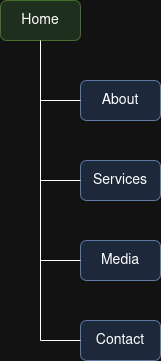
Before: itis3135/images/site_map.png, a diagram exported from draw.io (arthursmith-cpcc/arthursmith-cpcc.github.io). Source tidied: cells renumbered, new cells last; positions are measured from the earlier drawing's top-left corner, leaving out a move shared by most shapes.
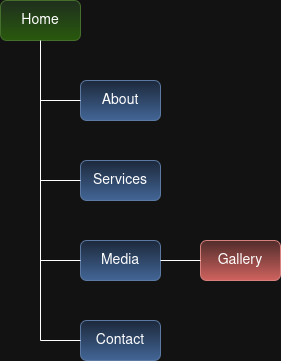
The same diagram one commit later.

Commit message:
Updates to Client Site Project

The edit, as a diff of the source:
```diff
@@ -2,19 +2,19 @@
   <root>
     <mxCell id="0" />
     <mxCell id="1" parent="0" />
-    <mxCell id="2" value="Media" style="rounded=1;whiteSpace=wrap;html=1;fillColor=#dae8fc;strokeColor=#6c8ebf;fontSize=14;" parent="1" vertex="1">
+    <mxCell id="2" value="Media" style="rounded=1;whiteSpace=wrap;html=1;fillColor=#dae8fc;strokeColor=#6c8ebf;fontSize=14;gradientColor=#7ea6e0;" parent="1" vertex="1">
       <mxGeometry x="80" y="240" width="80" height="40" as="geometry" />
     </mxCell>
-    <mxCell id="3" value="Services" style="rounded=1;whiteSpace=wrap;html=1;fillColor=#dae8fc;strokeColor=#6c8ebf;fontSize=14;" parent="1" vertex="1">
+    <mxCell id="3" value="Services" style="rounded=1;whiteSpace=wrap;html=1;fillColor=#dae8fc;strokeColor=#6c8ebf;fontSize=14;gradientColor=#7ea6e0;" parent="1" vertex="1">
       <mxGeometry x="80" y="160" width="80" height="40" as="geometry" />
     </mxCell>
-    <mxCell id="4" value="About" style="rounded=1;whiteSpace=wrap;html=1;fillColor=#dae8fc;strokeColor=#6c8ebf;fontSize=14;" parent="1" vertex="1">
+    <mxCell id="4" value="About" style="rounded=1;whiteSpace=wrap;html=1;fillColor=#dae8fc;strokeColor=#6c8ebf;fontSize=14;gradientColor=#7ea6e0;" parent="1" vertex="1">
       <mxGeometry x="80" y="80" width="80" height="40" as="geometry" />
     </mxCell>
-    <mxCell id="5" value="Home" style="rounded=1;whiteSpace=wrap;html=1;fillColor=#d5e8d4;strokeColor=#82b366;fontSize=14;" parent="1" vertex="1">
+    <mxCell id="5" value="Home" style="rounded=1;whiteSpace=wrap;html=1;fillColor=#d5e8d4;strokeColor=#82b366;fontSize=14;gradientColor=#97d077;" parent="1" vertex="1">
       <mxGeometry width="80" height="40" as="geometry" />
     </mxCell>
-    <mxCell id="6" value="Contact" style="rounded=1;whiteSpace=wrap;html=1;fillColor=#dae8fc;strokeColor=#6c8ebf;fontSize=14;" parent="1" vertex="1">
+    <mxCell id="6" value="Contact" style="rounded=1;whiteSpace=wrap;html=1;fillColor=#dae8fc;strokeColor=#6c8ebf;fontSize=14;gradientColor=#7ea6e0;" parent="1" vertex="1">
       <mxGeometry x="80" y="320" width="80" height="40" as="geometry" />
     </mxCell>
     <mxCell id="7" style="endArrow=none;html=1;rounded=0;entryX=0.5;entryY=1;entryDx=0;entryDy=0;" parent="1" edge="1" target="5">
@@ -43,5 +43,13 @@
         <mxPoint x="40" y="340" as="sourcePoint" />
       </mxGeometry>
     </mxCell>
+    <mxCell id="12" value="&lt;div&gt;Gallery&lt;/div&gt;" style="rounded=1;whiteSpace=wrap;html=1;fillColor=#f8cecc;strokeColor=#b85450;gradientColor=#ea6b66;fontSize=14;" parent="1" vertex="1">
+      <mxGeometry x="200" y="240" width="80" height="40" as="geometry" />
+    </mxCell>
+    <mxCell id="13" style="endArrow=none;html=1;rounded=0;exitX=1;exitY=0.5;exitDx=0;exitDy=0;" parent="1" edge="1" source="2">
+      <mxGeometry relative="1" as="geometry">
+        <mxPoint x="200" y="260" as="targetPoint" />
+      </mxGeometry>
+    </mxCell>
   </root>
 </mxGraphModel>
```
